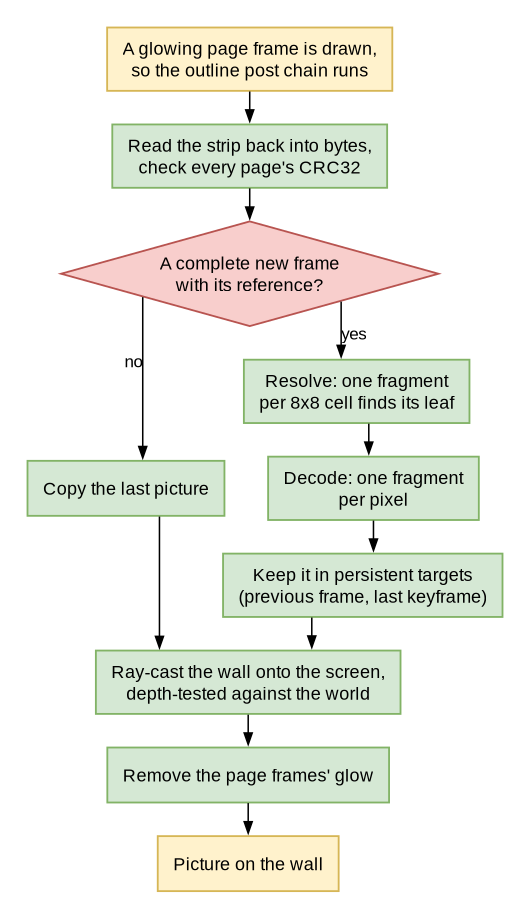
This is docs/images/mcv2/decode.png from PulseBeat02/mcav, a Graphviz export, as it was before one commit. Its source is kept beside it as tools/mcv2/figures/decode.dot.
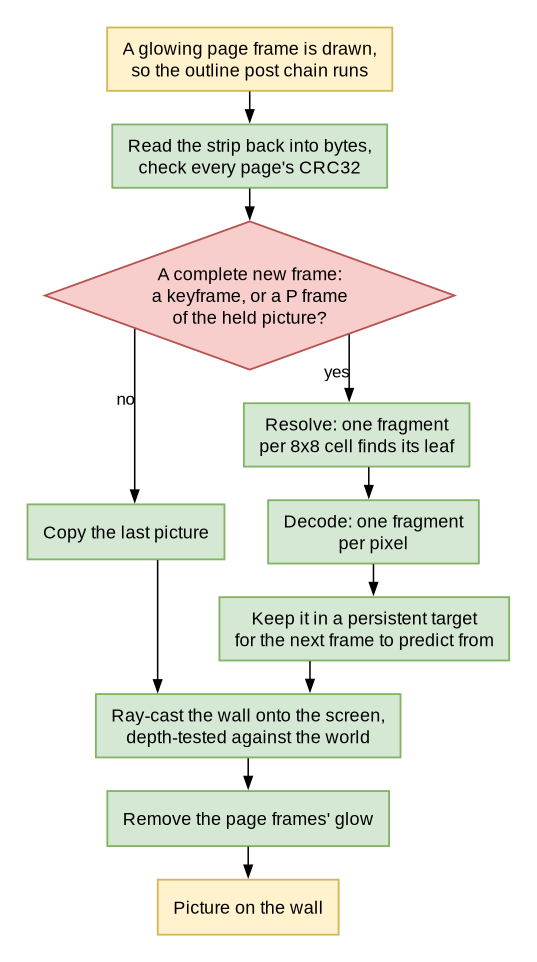
After the change.

Commit message:
Docs: the decode and leaf diagrams show version 3: one held picture, SKIP at the same place

Change to the diagram source:
```diff
@@ -10,11 +10,11 @@
 
   glow [label="A glowing page frame is drawn,\nso the outline post chain runs", fillcolor="#fff2cc", color="#d6b656"];
   pages [label="Read the strip back into bytes,\ncheck every page's CRC32"];
-  decide [shape=diamond, label="A complete new frame\nwith its reference?", fillcolor="#f8cecc", color="#b85450", margin="0.04,0.04"];
+  decide [shape=diamond, label="A complete new frame:\na keyframe, or a P frame\nof the held picture?", fillcolor="#f8cecc", color="#b85450", margin="0.04,0.04"];
   copy [label="Copy the last picture"];
   resolve [label="Resolve: one fragment\nper 8x8 cell finds its leaf"];
   decode [label="Decode: one fragment\nper pixel"];
-  keep [label="Keep it in persistent targets\n(previous frame, last keyframe)"];
+  keep [label="Keep it in a persistent target\nfor the next frame to predict from"];
   screen [label="Ray-cast the wall onto the screen,\ndepth-tested against the world"];
   outline [label="Remove the page frames' glow"];
   shown [label="Picture on the wall", fillcolor="#fff2cc", color="#d6b656"];
```
